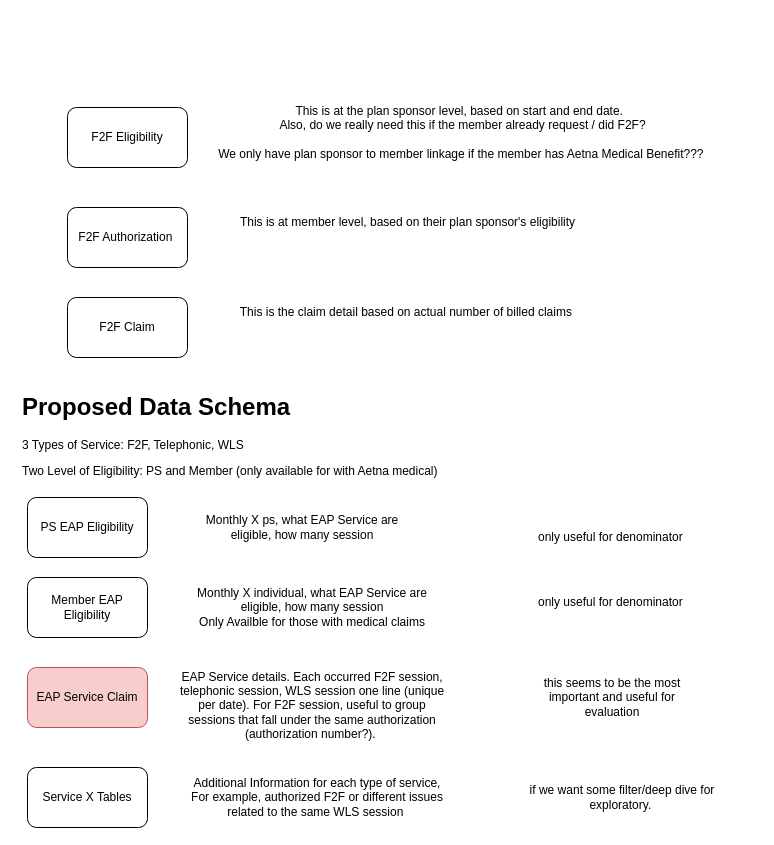
Earlier version of the draw.io diagram rfl.drawio (miaow27/miaow27). Source tidied: cells renumbered, new cells numbered last; positions are measured from the earlier drawing's top-left corner, leaving out a move shared by most shapes. Both pictures are drawn from the tidied source at 100%, with x=0, y=0 at pixel (17, 97).
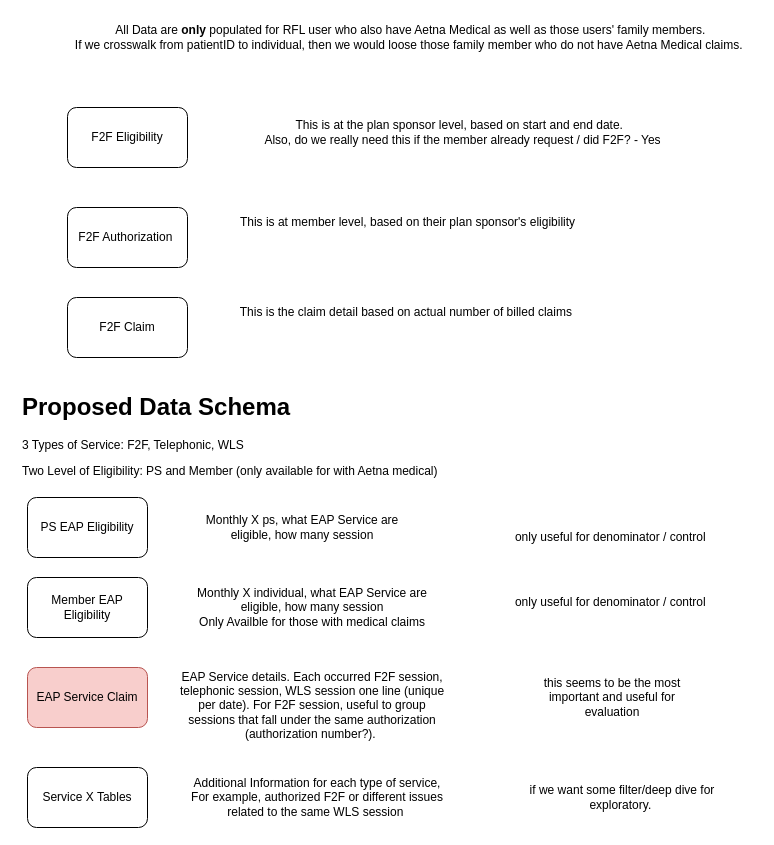
After the change.

Change to the diagram source:
```diff
@@
-    <mxCell id="5" value="This is at the plan sponsor level, based on start and end date.&amp;nbsp;&amp;nbsp;&lt;br&gt;Also, do we really need this if the member already request / did F2F?&lt;br&gt;&lt;br&gt;We only have plan sponsor to member linkage if the member has Aetna Medical Benefit???&amp;nbsp;" style="text;html=1;align=center;verticalAlign=middle;strokeColor=none;fillColor=none;" parent="1" vertex="1">
-      <mxGeometry x="190" width="510" height="70" as="geometry" />
+    <mxCell id="5" value="This is at the plan sponsor level, based on start and end date.&amp;nbsp;&amp;nbsp;&lt;br&gt;Also, do we really need this if the member already request / did F2F? - Yes" style="text;html=1;align=center;verticalAlign=middle;strokeColor=none;fillColor=none;" parent="1" vertex="1">
+      <mxGeometry x="235" y="15" width="420" height="40" as="geometry" />
     </mxCell>
@@
-    <mxCell id="17" value="only useful for denominator&amp;nbsp;" style="text;html=1;strokeColor=none;fillColor=none;align=center;verticalAlign=middle;whiteSpace=wrap;rounded=0;" parent="1" vertex="1">
+    <mxCell id="17" value="only useful for denominator / control&amp;nbsp;" style="text;html=1;strokeColor=none;fillColor=none;align=center;verticalAlign=middle;whiteSpace=wrap;rounded=0;" parent="1" vertex="1">
       <mxGeometry x="470" y="490" width="250" height="30" as="geometry" />
     </mxCell>
-    <mxCell id="18" value="only useful for denominator&amp;nbsp;" style="text;html=1;strokeColor=none;fillColor=none;align=center;verticalAlign=middle;whiteSpace=wrap;rounded=0;" parent="1" vertex="1">
+    <mxCell id="18" value="only useful for denominator / control&amp;nbsp;" style="text;html=1;strokeColor=none;fillColor=none;align=center;verticalAlign=middle;whiteSpace=wrap;rounded=0;" parent="1" vertex="1">
       <mxGeometry x="470" y="425" width="250" height="30" as="geometry" />
     </mxCell>
@@
+    <mxCell id="21" value="All Data are &lt;b&gt;only &lt;/b&gt;populated for RFL user who also have Aetna Medical as well as those users' family members.&amp;nbsp;&lt;br&gt;If we crosswalk from patientID to individual, then we would loose those family member who do not have Aetna Medical claims.&amp;nbsp;&amp;nbsp;" style="text;html=1;strokeColor=none;fillColor=none;align=center;verticalAlign=middle;whiteSpace=wrap;rounded=0;" parent="1" vertex="1">
+      <mxGeometry x="50" y="-80" width="690" height="40" as="geometry" />
+    </mxCell>
```
